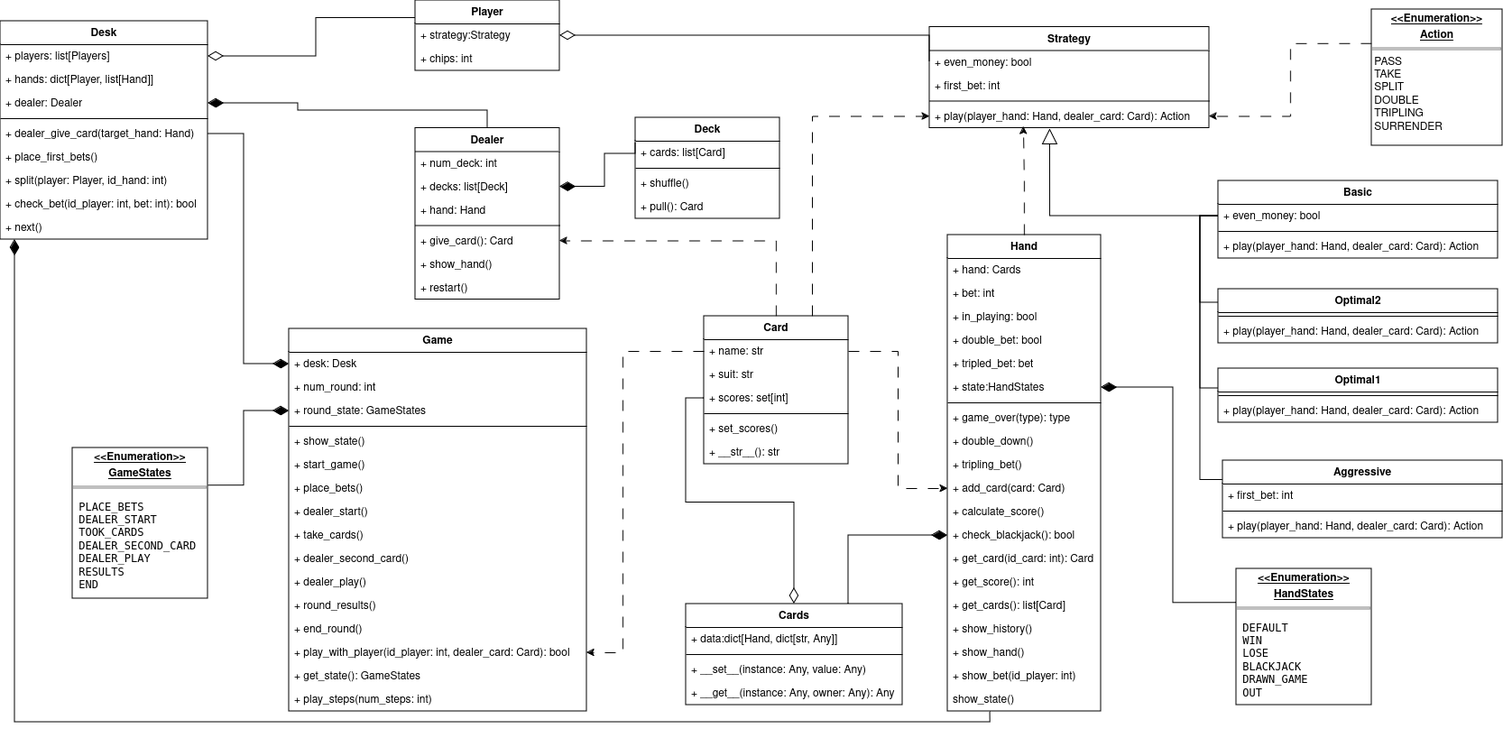
This is project/game/docs/UML.png from maxscherbakov/spbu-python-course, a draw.io export, as it was before one commit. Source tidied: cells renumbered, new cells last; positions are measured from the earlier drawing's top-left corner, leaving out a move shared by most shapes.
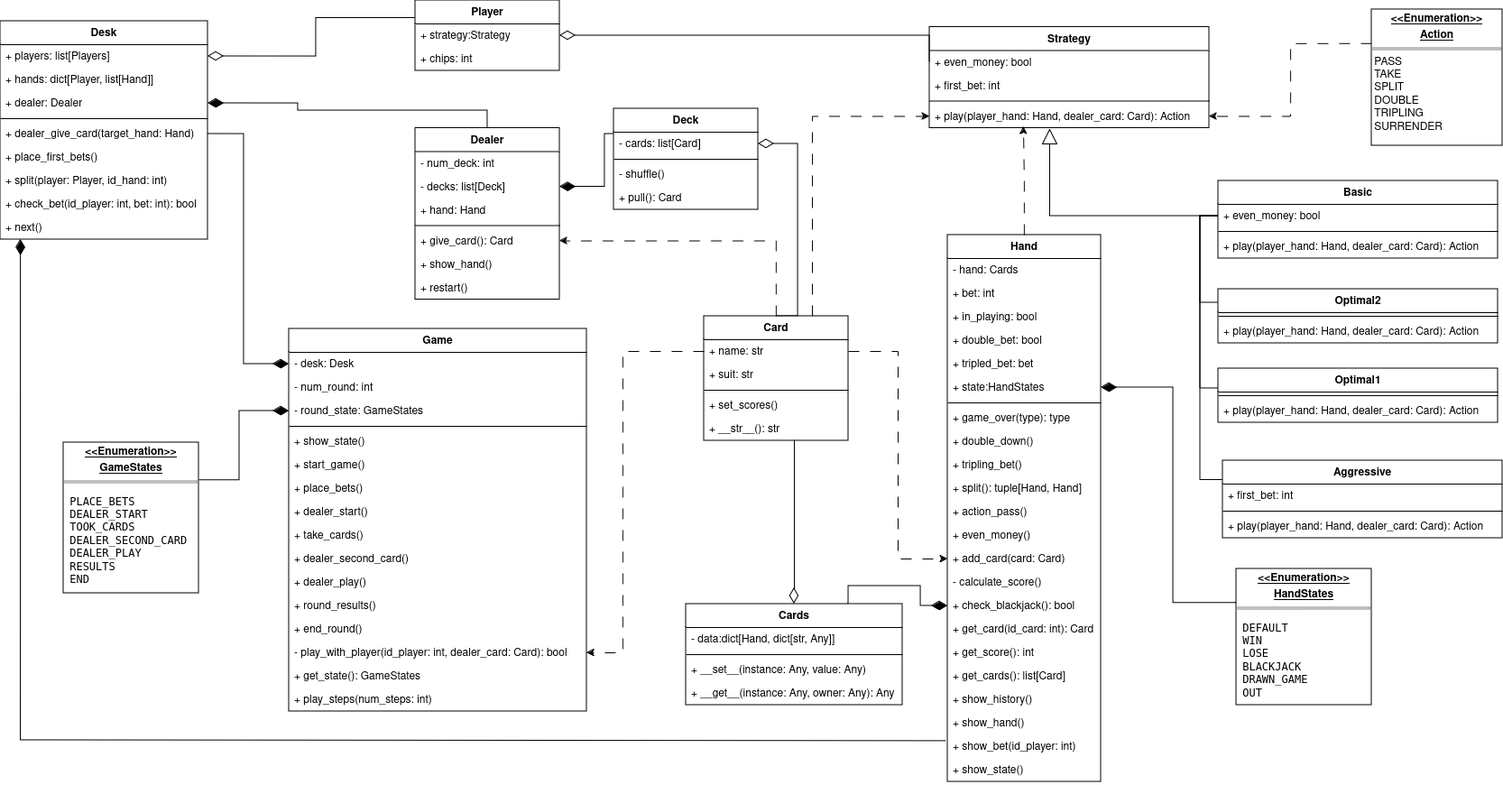
After the commit.

The edit, as a diff of the source:
```diff
@@ -25,6 +25,6 @@
     </mxCell>
-    <mxCell id="7" value="+ num_deck: int" style="text;strokeColor=none;fillColor=none;align=left;verticalAlign=top;spacingLeft=4;spacingRight=4;overflow=hidden;whiteSpace=wrap;html=1;fontColor=default;" parent="6" vertex="1">
+    <mxCell id="7" value="- num_deck: int" style="text;strokeColor=none;fillColor=none;align=left;verticalAlign=top;spacingLeft=4;spacingRight=4;overflow=hidden;whiteSpace=wrap;html=1;fontColor=default;" parent="6" vertex="1">
       <mxGeometry y="26" width="160" height="26" as="geometry" />
     </mxCell>
-    <mxCell id="8" value="+ decks: list[Deck]" style="text;strokeColor=none;fillColor=none;align=left;verticalAlign=top;spacingLeft=4;spacingRight=4;overflow=hidden;points=[[0,0.5],[1,0.5]];portConstraint=eastwest;whiteSpace=wrap;html=1;fontColor=default;" parent="6" vertex="1">
+    <mxCell id="8" value="- decks: list[Deck]" style="text;strokeColor=none;fillColor=none;align=left;verticalAlign=top;spacingLeft=4;spacingRight=4;overflow=hidden;points=[[0,0.5],[1,0.5]];portConstraint=eastwest;whiteSpace=wrap;html=1;fontColor=default;" parent="6" vertex="1">
       <mxGeometry y="52" width="160" height="26" as="geometry" />
@@ -64,3 +64,3 @@
     </mxCell>
-    <mxCell id="20" value="+ data:dict[Hand, dict[str, Any]]" style="text;strokeColor=none;fillColor=none;align=left;verticalAlign=top;spacingLeft=4;spacingRight=4;overflow=hidden;whiteSpace=wrap;html=1;fontColor=default;" parent="19" vertex="1">
+    <mxCell id="20" value="- data:dict[Hand, dict[str, Any]]" style="text;strokeColor=none;fillColor=none;align=left;verticalAlign=top;spacingLeft=4;spacingRight=4;overflow=hidden;whiteSpace=wrap;html=1;fontColor=default;" parent="19" vertex="1">
       <mxGeometry y="26" width="240" height="26" as="geometry" />
@@ -82,4 +82,12 @@
     </mxCell>
+    <mxCell id="121" style="edgeStyle=orthogonalEdgeStyle;rounded=0;jettySize=auto;html=1;exitX=0.5;exitY=0;exitDx=0;exitDy=0;endArrow=diamondThin;endFill=0;endSize=15;entryX=1;entryY=0.5;entryDx=0;entryDy=0;" parent="1" edge="1" source="26" target="111">
+      <mxGeometry relative="1" as="geometry">
+        <Array as="points">
+          <mxPoint x="884" y="350" />
+          <mxPoint x="884" y="159" />
+        </Array>
+      </mxGeometry>
+    </mxCell>
     <mxCell id="26" value="Card" style="swimlane;fontStyle=1;align=center;verticalAlign=top;horizontal=1;startSize=26;whiteSpace=wrap;html=1;fontColor=default;" parent="1" vertex="1">
-      <mxGeometry x="780" y="350" width="160" height="164" as="geometry" />
+      <mxGeometry x="780" y="350" width="160" height="138" as="geometry" />
     </mxCell>
@@ -91,13 +99,10 @@
     </mxCell>
-    <mxCell id="29" value="+ scores: set[int]" style="text;strokeColor=none;fillColor=none;align=left;verticalAlign=top;spacingLeft=4;spacingRight=4;overflow=hidden;points=[[0,0.5],[1,0.5]];portConstraint=eastwest;whiteSpace=wrap;html=1;fontColor=default;" parent="26" vertex="1">
-      <mxGeometry y="78" width="160" height="26" as="geometry" />
-    </mxCell>
     <mxCell id="30" style="line;strokeWidth=1;fillColor=none;align=left;verticalAlign=middle;spacingTop=-1;spacingLeft=3;spacingRight=3;labelPosition=right;strokeColor=inherit;fontColor=default;" parent="26" vertex="1">
-      <mxGeometry y="104" width="160" height="8" as="geometry" />
+      <mxGeometry y="78" width="160" height="8" as="geometry" />
     </mxCell>
     <mxCell id="31" value="+ set_scores()" style="text;strokeColor=none;fillColor=none;align=left;verticalAlign=top;spacingLeft=4;spacingRight=4;overflow=hidden;whiteSpace=wrap;html=1;fontColor=default;" parent="26" vertex="1">
-      <mxGeometry y="112" width="160" height="26" as="geometry" />
+      <mxGeometry y="86" width="160" height="26" as="geometry" />
     </mxCell>
     <mxCell id="32" value="+ __str__(): str" style="text;strokeColor=none;fillColor=none;align=left;verticalAlign=top;spacingLeft=4;spacingRight=4;overflow=hidden;whiteSpace=wrap;html=1;fontColor=default;" parent="26" vertex="1">
-      <mxGeometry y="138" width="160" height="26" as="geometry" />
+      <mxGeometry y="112" width="160" height="26" as="geometry" />
     </mxCell>
@@ -119,3 +124,3 @@
     <mxCell id="38" value="&lt;p style=&quot;margin:0px;margin-top:4px;text-align:center;text-decoration:underline;&quot;&gt;&lt;b&gt;&amp;lt;&amp;lt;Enumeration&amp;gt;&amp;gt;&lt;/b&gt;&lt;/p&gt;&lt;p style=&quot;margin:0px;margin-top:4px;text-align:center;text-decoration:underline;&quot;&gt;&lt;b&gt;GameStates&lt;/b&gt;&lt;br&gt;&lt;/p&gt;&lt;hr style=&quot;border-style:solid;&quot; size=&quot;1&quot;&gt;&lt;div style=&quot;&quot;&gt;&lt;div&gt;&lt;pre style=&quot;font-family:'Fira Code',monospace;font-size:11,3pt;&quot;&gt;&lt;font&gt; PLACE_BETS&lt;br&gt; DEALER_START&lt;br&gt; TOOK_CARDS&lt;br&gt; DEALER_SECOND_CARD&lt;br&gt; DEALER_PLAY&lt;br&gt; RESULTS&lt;br&gt; END&lt;/font&gt;&lt;/pre&gt;&lt;/div&gt;&lt;/div&gt;" style="verticalAlign=top;align=left;overflow=fill;html=1;whiteSpace=wrap;fontColor=default;" parent="1" vertex="1">
-      <mxGeometry x="80" y="496" width="150" height="167" as="geometry" />
+      <mxGeometry x="70" y="490" width="150" height="167" as="geometry" />
     </mxCell>
@@ -124,4 +129,3 @@
         <Array as="points">
-          <mxPoint x="704" y="170" />
-          <mxPoint x="670" y="170" />
+          <mxPoint x="670" y="148" />
           <mxPoint x="670" y="206" />
@@ -130,7 +134,7 @@
     </mxCell>
-    <mxCell id="40" style="edgeStyle=orthogonalEdgeStyle;rounded=0;jettySize=auto;html=1;exitX=0.277;exitY=1.02;exitDx=0;exitDy=0;endArrow=diamondThin;endFill=1;endSize=15;exitPerimeter=0;" parent="1" edge="1" source="61" target="71">
+    <mxCell id="40" style="edgeStyle=orthogonalEdgeStyle;rounded=0;jettySize=auto;html=1;exitX=-0.014;exitY=0.264;exitDx=0;exitDy=0;endArrow=diamondThin;endFill=1;endSize=15;exitPerimeter=0;entryX=0.098;entryY=0.991;entryDx=0;entryDy=0;entryPerimeter=0;" parent="1" edge="1" source="60" target="71">
       <mxGeometry relative="1" as="geometry">
         <Array as="points">
-          <mxPoint x="1097" y="800" />
-          <mxPoint x="16" y="800" />
+          <mxPoint x="1030" y="821" />
+          <mxPoint x="22" y="820" />
         </Array>
@@ -139,5 +143,5 @@
     <mxCell id="41" value="Hand" style="swimlane;fontStyle=1;align=center;verticalAlign=top;horizontal=1;startSize=26;whiteSpace=wrap;html=1;fontColor=default;" parent="1" vertex="1">
-      <mxGeometry x="1050" y="260" width="170" height="528" as="geometry" />
+      <mxGeometry x="1050" y="260" width="170" height="606" as="geometry" />
     </mxCell>
-    <mxCell id="42" value="+ hand: Cards" style="text;strokeColor=none;fillColor=none;align=left;verticalAlign=top;spacingLeft=4;spacingRight=4;overflow=hidden;whiteSpace=wrap;html=1;fontColor=default;" parent="41" vertex="1">
+    <mxCell id="42" value="- hand: Cards" style="text;strokeColor=none;fillColor=none;align=left;verticalAlign=top;spacingLeft=4;spacingRight=4;overflow=hidden;whiteSpace=wrap;html=1;fontColor=default;" parent="41" vertex="1">
       <mxGeometry y="26" width="170" height="26" as="geometry" />
@@ -171,31 +175,40 @@
     </mxCell>
+    <mxCell id="122" value="+ split(): tuple[Hand, Hand]" style="text;strokeColor=none;fillColor=none;align=left;verticalAlign=top;spacingLeft=4;spacingRight=4;overflow=hidden;whiteSpace=wrap;html=1;fontColor=default;" parent="41" vertex="1">
+      <mxGeometry y="268" width="170" height="26" as="geometry" />
+    </mxCell>
+    <mxCell id="123" value="+ action_pass()" style="text;strokeColor=none;fillColor=none;align=left;verticalAlign=top;spacingLeft=4;spacingRight=4;overflow=hidden;whiteSpace=wrap;html=1;fontColor=default;" parent="41" vertex="1">
+      <mxGeometry y="294" width="170" height="26" as="geometry" />
+    </mxCell>
+    <mxCell id="124" value="+ even_money()" style="text;strokeColor=none;fillColor=none;align=left;verticalAlign=top;spacingLeft=4;spacingRight=4;overflow=hidden;whiteSpace=wrap;html=1;fontColor=default;" parent="41" vertex="1">
+      <mxGeometry y="320" width="170" height="26" as="geometry" />
+    </mxCell>
     <mxCell id="52" value="+ &lt;span style=&quot;&quot;&gt;add_card&lt;/span&gt;(card: Card)" style="text;strokeColor=none;fillColor=none;align=left;verticalAlign=top;spacingLeft=4;spacingRight=4;overflow=hidden;points=[[0,0.5],[1,0.5]];portConstraint=eastwest;whiteSpace=wrap;html=1;fontColor=default;" parent="41" vertex="1">
-      <mxGeometry y="268" width="170" height="26" as="geometry" />
+      <mxGeometry y="346" width="170" height="26" as="geometry" />
     </mxCell>
-    <mxCell id="53" value="+&lt;span style=&quot;&quot;&gt;&lt;/span&gt;&lt;span style=&quot;&quot;&gt; calculate_score&lt;/span&gt;()" style="text;strokeColor=none;fillColor=none;align=left;verticalAlign=top;spacingLeft=4;spacingRight=4;overflow=hidden;whiteSpace=wrap;html=1;fontColor=default;" parent="41" vertex="1">
-      <mxGeometry y="294" width="170" height="26" as="geometry" />
+    <mxCell id="53" value="&lt;span style=&quot;&quot;&gt;&lt;/span&gt;&lt;span style=&quot;&quot;&gt;- calculate_score&lt;/span&gt;()" style="text;strokeColor=none;fillColor=none;align=left;verticalAlign=top;spacingLeft=4;spacingRight=4;overflow=hidden;whiteSpace=wrap;html=1;fontColor=default;" parent="41" vertex="1">
+      <mxGeometry y="372" width="170" height="26" as="geometry" />
     </mxCell>
     <mxCell id="54" value="+&lt;span style=&quot;&quot;&gt;&lt;/span&gt;&lt;span style=&quot;&quot;&gt;&lt;/span&gt;&lt;span style=&quot;&quot;&gt; check_blackjack&lt;/span&gt;(): bool" style="text;strokeColor=none;fillColor=none;align=left;verticalAlign=top;spacingLeft=4;spacingRight=4;overflow=hidden;points=[[0,0.5],[1,0.5]];portConstraint=eastwest;whiteSpace=wrap;html=1;fontColor=default;" parent="41" vertex="1">
-      <mxGeometry y="320" width="170" height="26" as="geometry" />
+      <mxGeometry y="398" width="170" height="26" as="geometry" />
     </mxCell>
     <mxCell id="55" value="+&lt;span style=&quot;&quot;&gt;&lt;/span&gt;&lt;span style=&quot;&quot;&gt;&lt;/span&gt;&lt;span style=&quot;&quot;&gt;&lt;/span&gt;&lt;span style=&quot;&quot;&gt; get_card&lt;/span&gt;(id_card: int): Card" style="text;strokeColor=none;fillColor=none;align=left;verticalAlign=top;spacingLeft=4;spacingRight=4;overflow=hidden;whiteSpace=wrap;html=1;fontColor=default;" parent="41" vertex="1">
-      <mxGeometry y="346" width="170" height="26" as="geometry" />
+      <mxGeometry y="424" width="170" height="26" as="geometry" />
     </mxCell>
     <mxCell id="56" value="+&lt;span style=&quot;&quot;&gt;&lt;/span&gt;&lt;span style=&quot;&quot;&gt;&lt;/span&gt;&lt;span style=&quot;&quot;&gt;&lt;/span&gt;&lt;span style=&quot;&quot;&gt; get_score&lt;/span&gt;(): int" style="text;strokeColor=none;fillColor=none;align=left;verticalAlign=top;spacingLeft=4;spacingRight=4;overflow=hidden;whiteSpace=wrap;html=1;fontColor=default;" parent="41" vertex="1">
-      <mxGeometry y="372" width="170" height="26" as="geometry" />
+      <mxGeometry y="450" width="170" height="26" as="geometry" />
     </mxCell>
     <mxCell id="57" value="+&lt;span style=&quot;&quot;&gt;&lt;/span&gt;&lt;span style=&quot;&quot;&gt;&lt;/span&gt;&lt;span style=&quot;&quot;&gt;&lt;/span&gt;&lt;span style=&quot;&quot;&gt; get_cards&lt;/span&gt;(): list[Card]" style="text;strokeColor=none;fillColor=none;align=left;verticalAlign=top;spacingLeft=4;spacingRight=4;overflow=hidden;whiteSpace=wrap;html=1;fontColor=default;" parent="41" vertex="1">
-      <mxGeometry y="398" width="170" height="26" as="geometry" />
+      <mxGeometry y="476" width="170" height="26" as="geometry" />
     </mxCell>
     <mxCell id="58" value="+&lt;span style=&quot;&quot;&gt;&lt;/span&gt;&lt;span style=&quot;&quot;&gt;&lt;/span&gt;&lt;span style=&quot;&quot;&gt;&lt;/span&gt;&lt;span style=&quot;&quot;&gt; show_history&lt;/span&gt;()" style="text;strokeColor=none;fillColor=none;align=left;verticalAlign=top;spacingLeft=4;spacingRight=4;overflow=hidden;whiteSpace=wrap;html=1;fontColor=default;" parent="41" vertex="1">
-      <mxGeometry y="424" width="170" height="26" as="geometry" />
+      <mxGeometry y="502" width="170" height="26" as="geometry" />
     </mxCell>
     <mxCell id="59" value="+&lt;span style=&quot;&quot;&gt;&lt;/span&gt;&lt;span style=&quot;&quot;&gt;&lt;/span&gt;&lt;span style=&quot;&quot;&gt;&lt;/span&gt;&lt;span style=&quot;&quot;&gt; show_hand&lt;/span&gt;()" style="text;strokeColor=none;fillColor=none;align=left;verticalAlign=top;spacingLeft=4;spacingRight=4;overflow=hidden;whiteSpace=wrap;html=1;fontColor=default;" parent="41" vertex="1">
-      <mxGeometry y="450" width="170" height="26" as="geometry" />
+      <mxGeometry y="528" width="170" height="26" as="geometry" />
     </mxCell>
     <mxCell id="60" value="+&lt;span style=&quot;&quot;&gt;&lt;/span&gt;&lt;span style=&quot;&quot;&gt;&lt;/span&gt;&lt;span style=&quot;&quot;&gt;&lt;/span&gt;&lt;span style=&quot;&quot;&gt; show_bet&lt;/span&gt;(id_player: int)" style="text;strokeColor=none;fillColor=none;align=left;verticalAlign=top;spacingLeft=4;spacingRight=4;overflow=hidden;points=[[0,0.5],[1,0.5]];portConstraint=eastwest;whiteSpace=wrap;html=1;fontColor=default;" parent="41" vertex="1">
-      <mxGeometry y="476" width="170" height="26" as="geometry" />
+      <mxGeometry y="554" width="170" height="26" as="geometry" />
     </mxCell>
-    <mxCell id="61" value="show_state()" style="text;strokeColor=none;fillColor=none;align=left;verticalAlign=top;spacingLeft=4;spacingRight=4;overflow=hidden;points=[[0,0.5],[1,0.5]];portConstraint=eastwest;whiteSpace=wrap;html=1;fontColor=default;" parent="41" vertex="1">
-      <mxGeometry y="502" width="170" height="26" as="geometry" />
+    <mxCell id="61" value="+ show_state()" style="text;strokeColor=none;fillColor=none;align=left;verticalAlign=top;spacingLeft=4;spacingRight=4;overflow=hidden;points=[[0,0.5],[1,0.5]];portConstraint=eastwest;whiteSpace=wrap;html=1;fontColor=default;" parent="41" vertex="1">
+      <mxGeometry y="580" width="170" height="26" as="geometry" />
     </mxCell>
@@ -234,9 +247,9 @@
     </mxCell>
-    <mxCell id="73" value="+ desk: Desk" style="text;strokeColor=none;fillColor=none;align=left;verticalAlign=top;spacingLeft=4;spacingRight=4;overflow=hidden;points=[[0,0.5],[1,0.5]];portConstraint=eastwest;whiteSpace=wrap;html=1;" parent="72" vertex="1">
+    <mxCell id="73" value="- desk: Desk" style="text;strokeColor=none;fillColor=none;align=left;verticalAlign=top;spacingLeft=4;spacingRight=4;overflow=hidden;points=[[0,0.5],[1,0.5]];portConstraint=eastwest;whiteSpace=wrap;html=1;" parent="72" vertex="1">
       <mxGeometry y="26" width="330" height="26" as="geometry" />
     </mxCell>
-    <mxCell id="74" value="+ num_round: int" style="text;strokeColor=none;fillColor=none;align=left;verticalAlign=top;spacingLeft=4;spacingRight=4;overflow=hidden;whiteSpace=wrap;html=1;" parent="72" vertex="1">
+    <mxCell id="74" value="- num_round: int" style="text;strokeColor=none;fillColor=none;align=left;verticalAlign=top;spacingLeft=4;spacingRight=4;overflow=hidden;whiteSpace=wrap;html=1;" parent="72" vertex="1">
       <mxGeometry y="52" width="330" height="26" as="geometry" />
     </mxCell>
-    <mxCell id="75" value="+ round_state: GameStates" style="text;strokeColor=none;fillColor=none;align=left;verticalAlign=top;spacingLeft=4;spacingRight=4;overflow=hidden;points=[[0,0.5],[1,0.5]];portConstraint=eastwest;whiteSpace=wrap;html=1;" parent="72" vertex="1">
+    <mxCell id="75" value="- round_state: GameStates" style="text;strokeColor=none;fillColor=none;align=left;verticalAlign=top;spacingLeft=4;spacingRight=4;overflow=hidden;points=[[0,0.5],[1,0.5]];portConstraint=eastwest;whiteSpace=wrap;html=1;" parent="72" vertex="1">
       <mxGeometry y="78" width="330" height="26" as="geometry" />
@@ -273,3 +286,3 @@
     </mxCell>
-    <mxCell id="86" value="+ play_with_player(id_player: int, dealer_card: Card): bool" style="text;strokeColor=none;fillColor=none;align=left;verticalAlign=top;spacingLeft=4;spacingRight=4;overflow=hidden;points=[[0,0.5],[1,0.5]];portConstraint=eastwest;whiteSpace=wrap;html=1;" parent="72" vertex="1">
+    <mxCell id="86" value="- play_with_player(id_player: int, dealer_card: Card): bool" style="text;strokeColor=none;fillColor=none;align=left;verticalAlign=top;spacingLeft=4;spacingRight=4;overflow=hidden;points=[[0,0.5],[1,0.5]];portConstraint=eastwest;whiteSpace=wrap;html=1;" parent="72" vertex="1">
       <mxGeometry y="346" width="330" height="26" as="geometry" />
@@ -350,5 +363,5 @@
     <mxCell id="110" value="Deck" style="swimlane;fontStyle=1;align=center;verticalAlign=top;horizontal=1;startSize=26;whiteSpace=wrap;html=1;fontColor=default;" parent="1" vertex="1">
-      <mxGeometry x="704" y="130" width="160" height="112" as="geometry" />
+      <mxGeometry x="680" y="120" width="160" height="112" as="geometry" />
     </mxCell>
-    <mxCell id="111" value="+ cards: list[Card]" style="text;strokeColor=none;fillColor=none;align=left;verticalAlign=top;spacingLeft=4;spacingRight=4;overflow=hidden;points=[[0,0.5],[1,0.5]];portConstraint=eastwest;whiteSpace=wrap;html=1;fontColor=default;" parent="110" vertex="1">
+    <mxCell id="111" value="- cards: list[Card]" style="text;strokeColor=none;fillColor=none;align=left;verticalAlign=top;spacingLeft=4;spacingRight=4;overflow=hidden;points=[[0,0.5],[1,0.5]];portConstraint=eastwest;whiteSpace=wrap;html=1;fontColor=default;" parent="110" vertex="1">
       <mxGeometry y="26" width="160" height="26" as="geometry" />
@@ -358,3 +371,3 @@
     </mxCell>
-    <mxCell id="113" value="+ shuffle()" style="text;strokeColor=none;fillColor=none;align=left;verticalAlign=top;spacingLeft=4;spacingRight=4;overflow=hidden;whiteSpace=wrap;html=1;fontColor=default;" parent="110" vertex="1">
+    <mxCell id="113" value="- shuffle()" style="text;strokeColor=none;fillColor=none;align=left;verticalAlign=top;spacingLeft=4;spacingRight=4;overflow=hidden;whiteSpace=wrap;html=1;fontColor=default;" parent="110" vertex="1">
       <mxGeometry y="60" width="160" height="26" as="geometry" />
@@ -375,4 +388,9 @@
     </mxCell>
-    <mxCell id="117" style="edgeStyle=orthogonalEdgeStyle;rounded=0;jettySize=auto;html=1;exitX=0;exitY=0.5;exitDx=0;exitDy=0;endArrow=diamondThin;endFill=0;endSize=15;" parent="1" edge="1" source="29" target="19">
-      <mxGeometry relative="1" as="geometry" />
+    <mxCell id="117" style="edgeStyle=orthogonalEdgeStyle;rounded=0;jettySize=auto;html=1;endArrow=diamondThin;endFill=0;endSize=15;" parent="1" edge="1" target="19">
+      <mxGeometry relative="1" as="geometry">
+        <mxPoint x="880" y="487" as="sourcePoint" />
+        <Array as="points">
+          <mxPoint x="880" y="487" />
+        </Array>
+      </mxGeometry>
     </mxCell>
```
